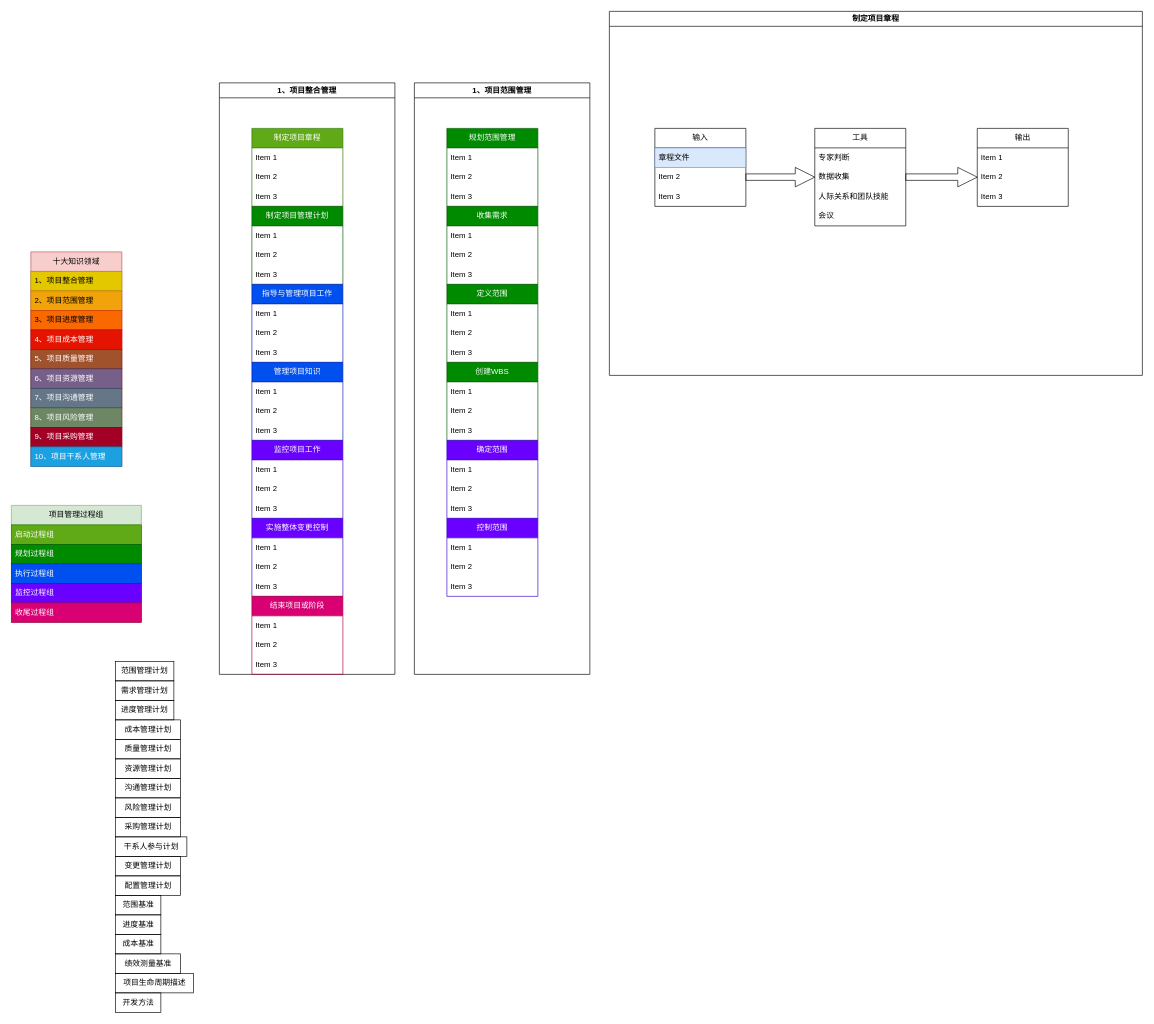
Above: 未命名绘图.drawio in zhongys/Ispm (draw.io), before the change. Source tidied: cells renumbered, new cells numbered last; positions are measured from the earlier drawing's top-left corner, leaving out a move shared by most shapes. Both pictures are drawn from the tidied source at 65%, with x=0, y=0 at pixel (11, 11).
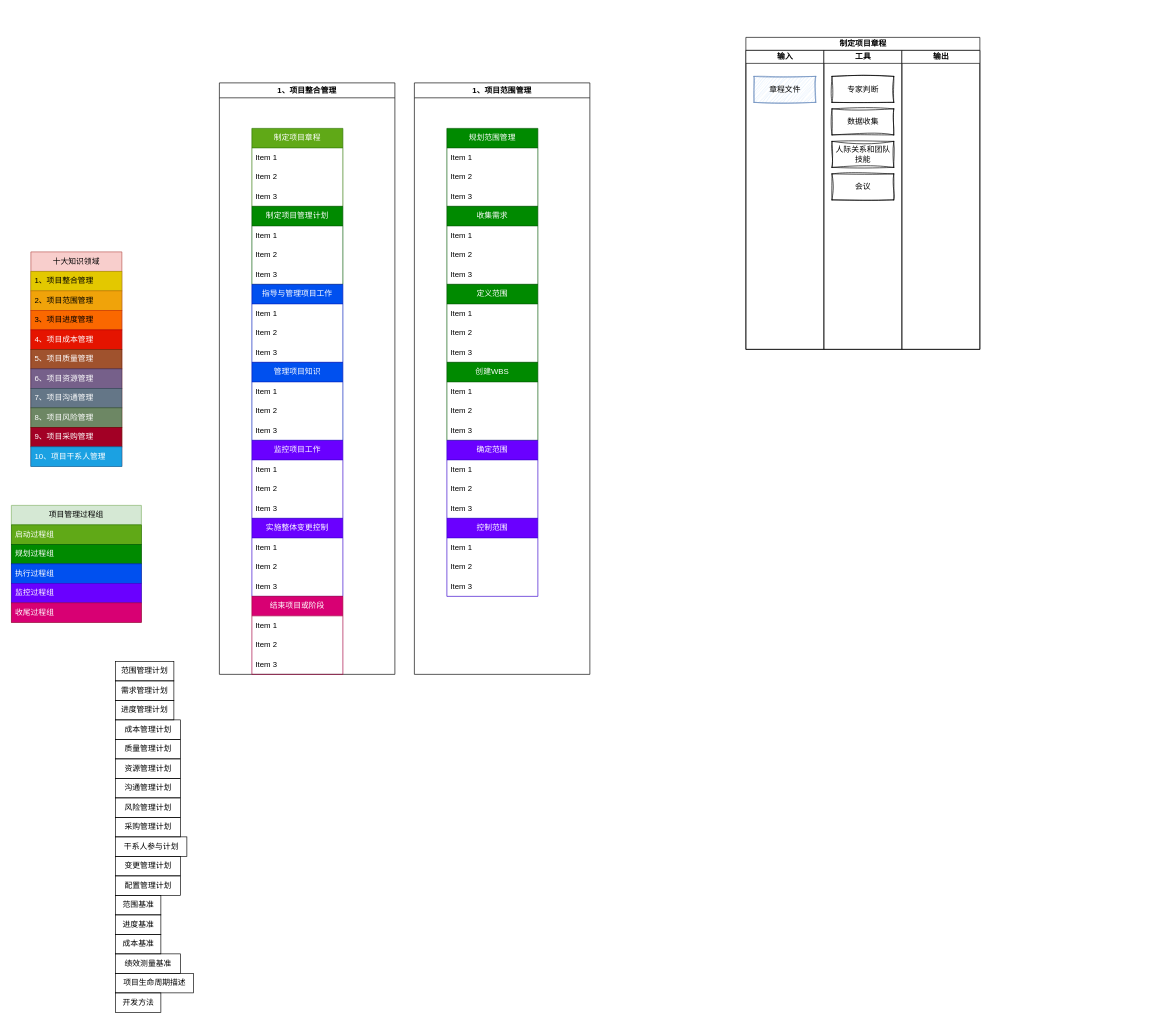
The same page after the edit.

Commit message:
更新未命名绘图.drawio

Change to the diagram source:
```diff
@@
-    <mxCell id="91" value="制定项目章程" style="swimlane;whiteSpace=wrap;html=1;" parent="1" vertex="1">
-      <mxGeometry x="920" width="820" height="560" as="geometry" />
+    <mxCell id="91" value="制定项目章程" style="swimlane;startSize=20;html=1;" parent="1" vertex="1">
+      <mxGeometry x="1130" y="40" width="360" height="480" as="geometry" />
     </mxCell>
-    <mxCell id="92" value="输入" style="swimlane;fontStyle=0;horizontal=1;startSize=30;whiteSpace=wrap;html=1;" parent="91" vertex="1">
-      <mxGeometry x="70" y="180" width="140" height="120" as="geometry" />
+    <mxCell id="92" value="输入" style="swimlane;startSize=20;html=1;" parent="91" vertex="1">
+      <mxGeometry y="20" width="120" height="460" as="geometry" />
     </mxCell>
-    <mxCell id="93" value="章程文件" style="text;strokeColor=#6c8ebf;fillColor=#dae8fc;align=left;verticalAlign=middle;spacingLeft=4;spacingRight=4;overflow=hidden;whiteSpace=wrap;html=1;" parent="92" vertex="1">
-      <mxGeometry y="30" width="140" height="30" as="geometry" />
+    <mxCell id="93" value="章程文件" style="whiteSpace=wrap;html=1;sketch=1;curveFitting=1;jiggle=2;fillColor=#dae8fc;strokeColor=#6c8ebf;" parent="92" vertex="1">
+      <mxGeometry x="12.5" y="40" width="95" height="40" as="geometry" />
     </mxCell>
-    <mxCell id="94" value="Item 2" style="text;strokeColor=none;fillColor=none;align=left;verticalAlign=middle;spacingLeft=4;spacingRight=4;overflow=hidden;points=[[0,0.5],[1,0.5]];portConstraint=eastwest;whiteSpace=wrap;html=1;" parent="92" vertex="1">
-      <mxGeometry y="60" width="140" height="30" as="geometry" />
-    </mxCell>
-    <mxCell id="95" value="Item 3" style="text;strokeColor=none;fillColor=none;align=left;verticalAlign=middle;spacingLeft=4;spacingRight=4;overflow=hidden;whiteSpace=wrap;html=1;" parent="92" vertex="1">
-      <mxGeometry y="90" width="140" height="30" as="geometry" />
-    </mxCell>
-    <mxCell id="96" style="edgeStyle=orthogonalEdgeStyle;rounded=0;jettySize=auto;html=1;entryX=0;entryY=0.5;entryDx=0;entryDy=0;shape=arrow;" parent="91" edge="1" source="94">
-      <mxGeometry relative="1" as="geometry">
-        <mxPoint x="316" y="255" as="targetPoint" />
-      </mxGeometry>
-    </mxCell>
-    <mxCell id="97" value="输出" style="swimlane;fontStyle=0;horizontal=1;startSize=30;whiteSpace=wrap;html=1;" parent="91" vertex="1">
-      <mxGeometry x="566" y="180" width="140" height="120" as="geometry" />
-    </mxCell>
-    <mxCell id="98" value="Item 1" style="text;strokeColor=none;fillColor=none;align=left;verticalAlign=middle;spacingLeft=4;spacingRight=4;overflow=hidden;whiteSpace=wrap;html=1;" parent="97" vertex="1">
-      <mxGeometry y="30" width="140" height="30" as="geometry" />
-    </mxCell>
-    <mxCell id="99" value="Item 2" style="text;strokeColor=none;fillColor=none;align=left;verticalAlign=middle;spacingLeft=4;spacingRight=4;overflow=hidden;points=[[0,0.5],[1,0.5]];portConstraint=eastwest;whiteSpace=wrap;html=1;" parent="97" vertex="1">
-      <mxGeometry y="60" width="140" height="30" as="geometry" />
-    </mxCell>
-    <mxCell id="100" value="Item 3" style="text;strokeColor=none;fillColor=none;align=left;verticalAlign=middle;spacingLeft=4;spacingRight=4;overflow=hidden;whiteSpace=wrap;html=1;" parent="97" vertex="1">
-      <mxGeometry y="90" width="140" height="30" as="geometry" />
-    </mxCell>
-    <mxCell id="101" value="工具" style="swimlane;fontStyle=0;horizontal=1;startSize=30;whiteSpace=wrap;html=1;" parent="91" vertex="1">
-      <mxGeometry x="316" y="180" width="140" height="150" as="geometry" />
+    <mxCell id="101" value="工具" style="swimlane;startSize=20;html=1;" parent="91" vertex="1">
+      <mxGeometry x="120" y="20" width="120" height="460" as="geometry" />
     </mxCell>
-    <mxCell id="102" value="专家判断" style="text;strokeColor=none;fillColor=none;align=left;verticalAlign=middle;spacingLeft=4;spacingRight=4;overflow=hidden;whiteSpace=wrap;html=1;" parent="101" vertex="1">
-      <mxGeometry y="30" width="140" height="30" as="geometry" />
+    <mxCell id="102" value="专家判断" style="whiteSpace=wrap;html=1;sketch=1;curveFitting=1;jiggle=2;" parent="101" vertex="1">
+      <mxGeometry x="12.5" y="40" width="95" height="40" as="geometry" />
     </mxCell>
-    <mxCell id="103" value="数据收集" style="text;strokeColor=none;fillColor=none;align=left;verticalAlign=middle;spacingLeft=4;spacingRight=4;overflow=hidden;points=[[0,0.5],[1,0.5]];portConstraint=eastwest;whiteSpace=wrap;html=1;" parent="101" vertex="1">
-      <mxGeometry y="60" width="140" height="30" as="geometry" />
+    <mxCell id="103" value="数据收集" style="whiteSpace=wrap;html=1;sketch=1;curveFitting=1;jiggle=2;" parent="101" vertex="1">
+      <mxGeometry x="12.5" y="90" width="95" height="40" as="geometry" />
     </mxCell>
-    <mxCell id="104" value="人际关系和团队技能" style="text;strokeColor=none;fillColor=none;align=left;verticalAlign=middle;spacingLeft=4;spacingRight=4;overflow=hidden;whiteSpace=wrap;html=1;" parent="101" vertex="1">
-      <mxGeometry y="90" width="140" height="30" as="geometry" />
+    <mxCell id="104" value="人际关系和团队技能" style="whiteSpace=wrap;html=1;sketch=1;curveFitting=1;jiggle=2;" parent="101" vertex="1">
+      <mxGeometry x="12.5" y="140" width="95" height="40" as="geometry" />
     </mxCell>
-    <mxCell id="105" value="会议" style="text;strokeColor=none;fillColor=none;align=left;verticalAlign=middle;spacingLeft=4;spacingRight=4;overflow=hidden;whiteSpace=wrap;html=1;" parent="101" vertex="1">
-      <mxGeometry y="120" width="140" height="30" as="geometry" />
+    <mxCell id="105" value="会议" style="whiteSpace=wrap;html=1;sketch=1;curveFitting=1;jiggle=2;" parent="101" vertex="1">
+      <mxGeometry x="12.5" y="190" width="95" height="40" as="geometry" />
     </mxCell>
-    <mxCell id="106" style="edgeStyle=orthogonalEdgeStyle;rounded=0;jettySize=auto;html=1;entryX=0;entryY=0.5;entryDx=0;entryDy=0;shape=arrow;" parent="91" edge="1" source="103" target="99">
-      <mxGeometry relative="1" as="geometry" />
-    </mxCell>
+    <mxCell id="97" value="输出" style="swimlane;startSize=20;html=1;" parent="91" vertex="1">
+      <mxGeometry x="240" y="20" width="120" height="460" as="geometry" />
+    </mxCell>
```
